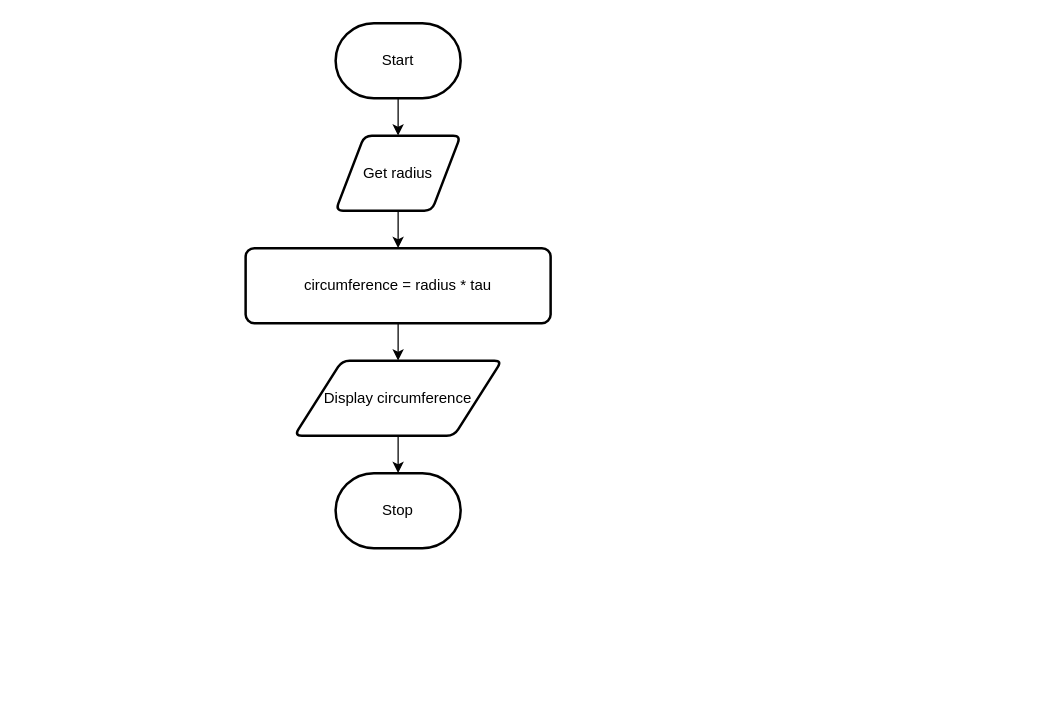
Samuel-Webster-178/ICS3U-Unit6-Unit6-03-Python keeps this draw.io diagram as page "Flowchart" (1 of 2) of design.drawio. Above is the earlier version. Source tidied: cells renumbered, new cells numbered last; positions are measured from the earlier drawing's top-left corner, leaving out a move shared by most shapes. Both pictures are drawn from the tidied source at 125%, with x=0, y=0 at pixel (245, 22).
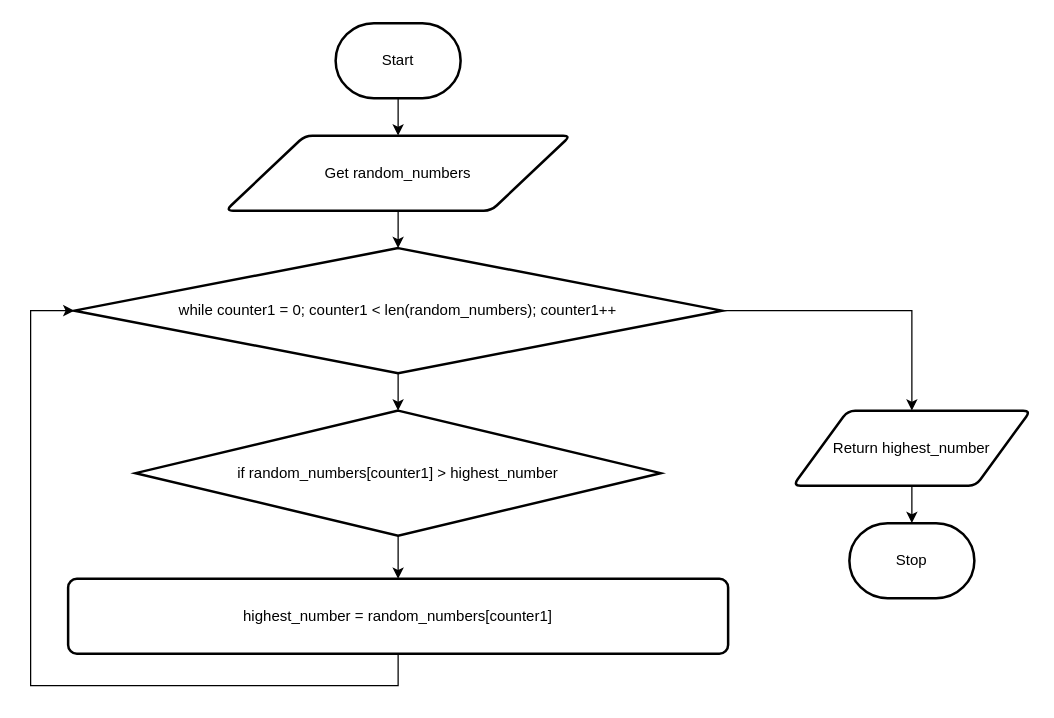
After the change.

Diff of the diagram source:
```diff
@@
 <mxGraphModel>
   <root>
     <mxCell id="0" />
     <mxCell id="1" parent="0" />
-    <mxCell id="2" style="edgeStyle=none;html=1;" parent="1" edge="1" source="3" target="5">
+    <mxCell id="2" style="edgeStyle=orthogonalEdgeStyle;rounded=0;html=1;" parent="1" edge="1" source="3" target="5">
       <mxGeometry relative="1" as="geometry" />
     </mxCell>
     <mxCell id="3" value="Start" style="strokeWidth=2;html=1;shape=mxgraph.flowchart.terminator;whiteSpace=wrap;" parent="1" vertex="1">
       <mxGeometry x="72" width="100" height="60" as="geometry" />
     </mxCell>
-    <mxCell id="4" style="edgeStyle=none;html=1;" parent="1" edge="1" source="5" target="7">
-      <mxGeometry relative="1" as="geometry" />
-    </mxCell>
+    <mxCell id="11" style="edgeStyle=orthogonalEdgeStyle;rounded=0;html=1;" parent="1" edge="1" source="5" target="15">
+      <mxGeometry relative="1" as="geometry" />
+    </mxCell>
-    <mxCell id="5" value="Get radius" style="shape=parallelogram;html=1;strokeWidth=2;perimeter=parallelogramPerimeter;whiteSpace=wrap;rounded=1;arcSize=12;size=0.23;" parent="1" vertex="1">
-      <mxGeometry x="72" y="90" width="100" height="60" as="geometry" />
+    <mxCell id="5" value="Get random_numbers" style="shape=parallelogram;html=1;strokeWidth=2;perimeter=parallelogramPerimeter;whiteSpace=wrap;rounded=1;arcSize=12;size=0.23;" parent="1" vertex="1">
+      <mxGeometry x="-16" y="90" width="276" height="60" as="geometry" />
     </mxCell>
-    <mxCell id="6" style="edgeStyle=none;html=1;" parent="1" edge="1" source="7" target="9">
-      <mxGeometry relative="1" as="geometry" />
-    </mxCell>
+    <mxCell id="12" style="edgeStyle=orthogonalEdgeStyle;html=1;entryX=0;entryY=0.5;entryDx=0;entryDy=0;entryPerimeter=0;rounded=0;" parent="1" edge="1" source="7" target="15">
+      <mxGeometry relative="1" as="geometry">
+        <Array as="points">
+          <mxPoint x="122" y="530" />
+          <mxPoint x="-172" y="530" />
+          <mxPoint x="-172" y="230" />
+        </Array>
+      </mxGeometry>
+    </mxCell>
-    <mxCell id="7" value="circumference = radius * tau" style="rounded=1;whiteSpace=wrap;html=1;absoluteArcSize=1;arcSize=14;strokeWidth=2;" parent="1" vertex="1">
-      <mxGeometry y="180" width="244" height="60" as="geometry" />
+    <mxCell id="7" value="highest_number = random_numbers[counter1]" style="rounded=1;whiteSpace=wrap;html=1;absoluteArcSize=1;arcSize=14;strokeWidth=2;" parent="1" vertex="1">
+      <mxGeometry x="-142" y="444.5" width="528" height="60" as="geometry" />
     </mxCell>
-    <mxCell id="8" style="edgeStyle=none;html=1;" parent="1" edge="1" source="9" target="10">
+    <mxCell id="8" style="edgeStyle=orthogonalEdgeStyle;rounded=0;html=1;" parent="1" edge="1" source="9" target="10">
       <mxGeometry relative="1" as="geometry" />
     </mxCell>
-    <mxCell id="9" value="Display circumference" style="shape=parallelogram;html=1;strokeWidth=2;perimeter=parallelogramPerimeter;whiteSpace=wrap;rounded=1;arcSize=12;size=0.23;" parent="1" vertex="1">
-      <mxGeometry x="39" y="270" width="166" height="60" as="geometry" />
+    <mxCell id="9" value="Return highest_number" style="shape=parallelogram;html=1;strokeWidth=2;perimeter=parallelogramPerimeter;whiteSpace=wrap;rounded=1;arcSize=12;size=0.23;" parent="1" vertex="1">
+      <mxGeometry x="438" y="310" width="190" height="60" as="geometry" />
     </mxCell>
     <mxCell id="10" value="Stop" style="strokeWidth=2;html=1;shape=mxgraph.flowchart.terminator;whiteSpace=wrap;" parent="1" vertex="1">
-      <mxGeometry x="72" y="360" width="100" height="60" as="geometry" />
+      <mxGeometry x="483" y="400" width="100" height="60" as="geometry" />
     </mxCell>
+    <mxCell id="13" style="edgeStyle=none;html=1;" parent="1" edge="1" source="15" target="17">
+      <mxGeometry relative="1" as="geometry" />
+    </mxCell>
+    <mxCell id="14" style="edgeStyle=orthogonalEdgeStyle;rounded=0;html=1;entryX=0.5;entryY=0;entryDx=0;entryDy=0;" parent="1" edge="1" source="15" target="9">
+      <mxGeometry relative="1" as="geometry" />
+    </mxCell>
+    <mxCell id="15" value="while counter1 = 0; counter1 &amp;lt; len(random_numbers); counter1++" style="strokeWidth=2;html=1;shape=mxgraph.flowchart.decision;whiteSpace=wrap;" parent="1" vertex="1">
+      <mxGeometry x="-137" y="180" width="518" height="100" as="geometry" />
+    </mxCell>
+    <mxCell id="16" style="edgeStyle=none;html=1;" parent="1" edge="1" source="17" target="7">
+      <mxGeometry relative="1" as="geometry" />
+    </mxCell>
+    <mxCell id="17" value="if random_numbers[counter1] &amp;gt; highest_number" style="strokeWidth=2;html=1;shape=mxgraph.flowchart.decision;whiteSpace=wrap;" parent="1" vertex="1">
+      <mxGeometry x="-88" y="310" width="420" height="100" as="geometry" />
+    </mxCell>
   </root>
 </mxGraphModel>
```
